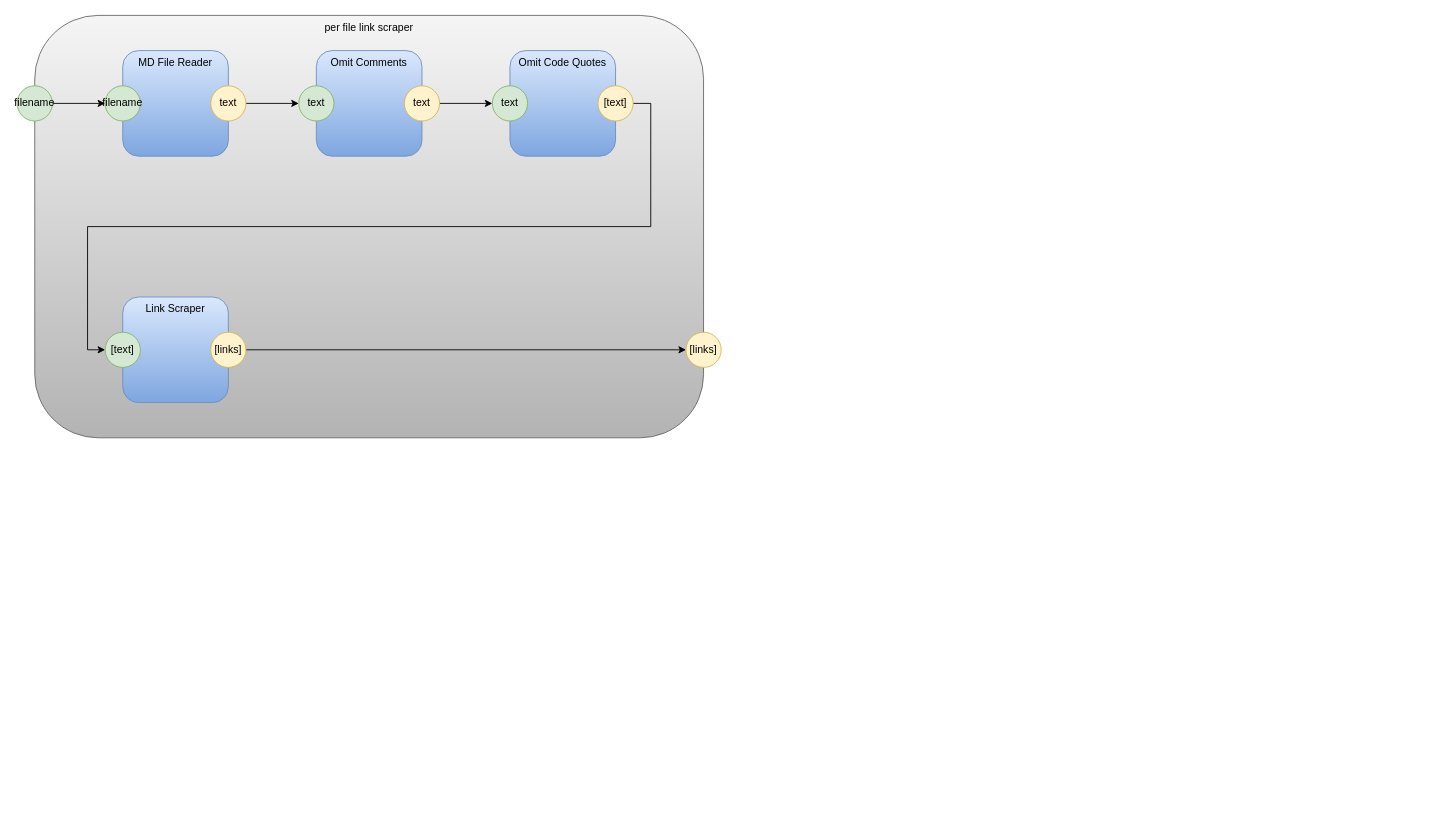
Before: poc/perfilelinkscraper.drawio in guitarvydas/pypm, a draw.io diagram. Source tidied: cells renumbered, new cells numbered last; positions are measured from the earlier drawing's top-left corner, leaving out a move shared by most shapes. Both pictures are drawn from the tidied source at 88%, with x=0, y=0 at pixel (17, 15).
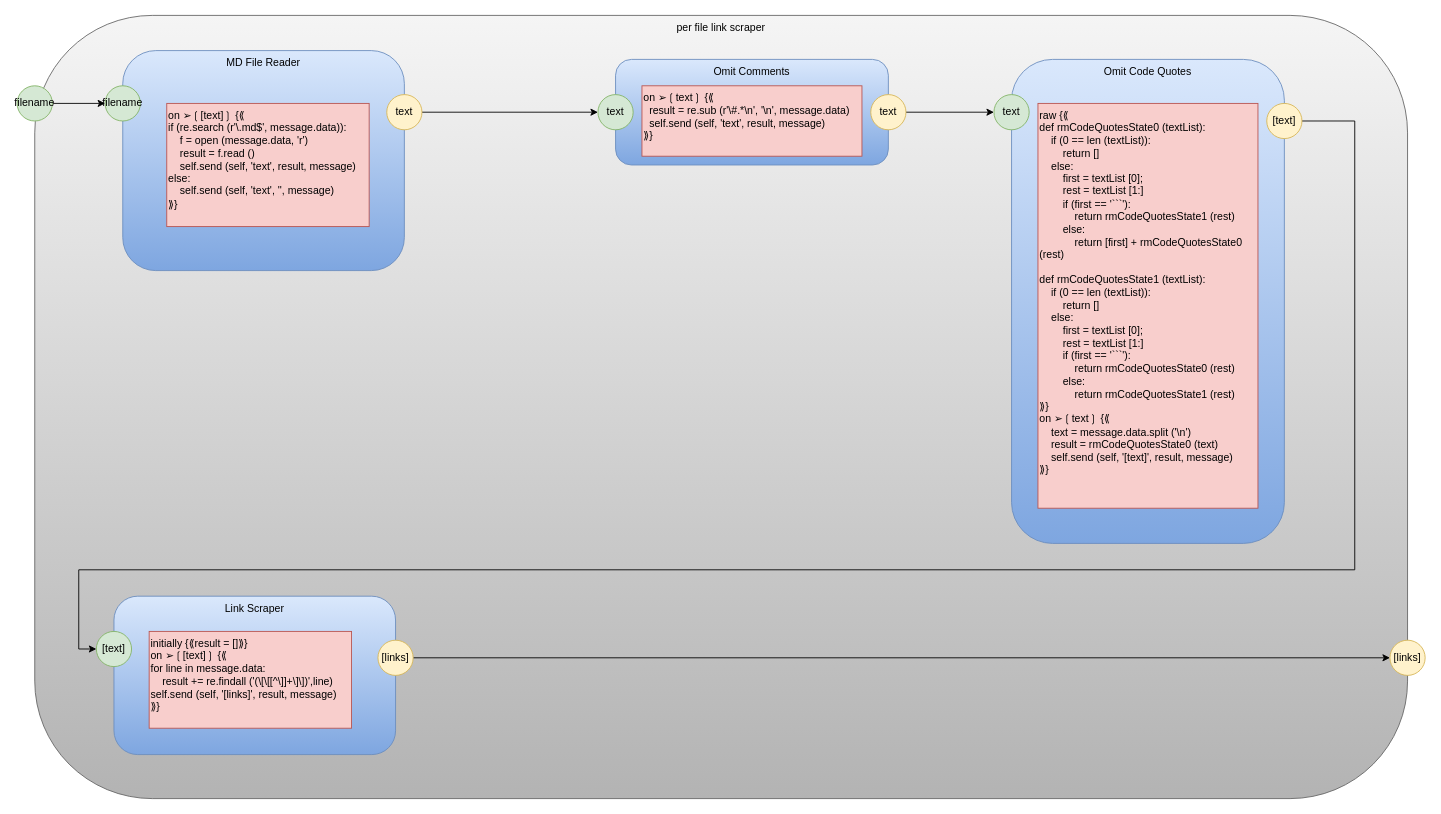
The same diagram, later.

The edit, as a diff of the source:
````diff
@@
     <mxCell id="2" value="per file link scraper" style="rounded=1;whiteSpace=wrap;html=1;horizontal=1;verticalAlign=top;fillColor=#f5f5f5;strokeColor=#666666;gradientColor=#b3b3b3;" parent="1" vertex="1">
-      <mxGeometry x="20" width="760" height="480" as="geometry" />
+      <mxGeometry x="20" width="1560" height="890" as="geometry" />
     </mxCell>
     <mxCell id="3" value="MD File Reader" style="rounded=1;whiteSpace=wrap;html=1;horizontal=1;verticalAlign=top;fillColor=#dae8fc;strokeColor=#6c8ebf;gradientColor=#7ea6e0;" parent="1" vertex="1">
-      <mxGeometry x="120" y="40" width="120" height="120" as="geometry" />
+      <mxGeometry x="120" y="40" width="320" height="250" as="geometry" />
     </mxCell>
@@
     <mxCell id="6" value="text" style="ellipse;whiteSpace=wrap;html=1;fillColor=#fff2cc;strokeColor=#d6b656;" parent="1" vertex="1">
-      <mxGeometry x="220" y="80" width="40" height="40" as="geometry" />
+      <mxGeometry x="420" y="90" width="40" height="40" as="geometry" />
     </mxCell>
     <mxCell id="7" value="Omit Code Quotes" style="rounded=1;whiteSpace=wrap;html=1;horizontal=1;verticalAlign=top;strokeColor=#6c8ebf;fillColor=#dae8fc;gradientColor=#7ea6e0;" parent="1" vertex="1">
-      <mxGeometry x="560" y="40" width="120" height="120" as="geometry" />
+      <mxGeometry x="1130" y="50" width="310" height="550" as="geometry" />
     </mxCell>
     <mxCell id="8" value="text" style="ellipse;whiteSpace=wrap;html=1;fillColor=#d5e8d4;strokeColor=#82b366;" parent="1" vertex="1">
-      <mxGeometry x="540" y="80" width="40" height="40" as="geometry" />
+      <mxGeometry x="1110" y="90" width="40" height="40" as="geometry" />
     </mxCell>
     <mxCell id="9" style="edgeStyle=orthogonalEdgeStyle;rounded=0;jettySize=auto;html=1;exitX=1;exitY=0.5;exitDx=0;exitDy=0;entryX=0;entryY=0.5;entryDx=0;entryDy=0;" parent="1" edge="1" source="10" target="19">
-      <mxGeometry relative="1" as="geometry" />
+      <mxGeometry relative="1" as="geometry">
+        <Array as="points">
+          <mxPoint x="1520" y="120" />
+          <mxPoint x="1520" y="630" />
+          <mxPoint x="70" y="630" />
+          <mxPoint x="70" y="720" />
+        </Array>
+      </mxGeometry>
     </mxCell>
     <mxCell id="10" value="[text]" style="ellipse;whiteSpace=wrap;html=1;fillColor=#fff2cc;strokeColor=#d6b656;" parent="1" vertex="1">
-      <mxGeometry x="660" y="80" width="40" height="40" as="geometry" />
+      <mxGeometry x="1420" y="100" width="40" height="40" as="geometry" />
     </mxCell>
     <mxCell id="11" value="Omit Comments" style="rounded=1;whiteSpace=wrap;html=1;horizontal=1;verticalAlign=top;gradientColor=#7ea6e0;fillColor=#dae8fc;strokeColor=#6c8ebf;" parent="1" vertex="1">
-      <mxGeometry x="340" y="40" width="120" height="120" as="geometry" />
+      <mxGeometry x="680" y="50" width="310" height="120" as="geometry" />
     </mxCell>
     <mxCell id="12" value="text" style="ellipse;whiteSpace=wrap;html=1;fillColor=#d5e8d4;strokeColor=#82b366;" parent="1" vertex="1">
-      <mxGeometry x="320" y="80" width="40" height="40" as="geometry" />
+      <mxGeometry x="660" y="90" width="40" height="40" as="geometry" />
     </mxCell>
@@
     <mxCell id="14" value="text" style="ellipse;whiteSpace=wrap;html=1;fillColor=#fff2cc;strokeColor=#d6b656;" parent="1" vertex="1">
-      <mxGeometry x="440" y="80" width="40" height="40" as="geometry" />
+      <mxGeometry x="970" y="90" width="40" height="40" as="geometry" />
     </mxCell>
@@
     <mxCell id="17" value="[links]" style="ellipse;whiteSpace=wrap;html=1;fillColor=#fff2cc;strokeColor=#d6b656;" parent="1" vertex="1">
-      <mxGeometry x="760" y="360" width="40" height="40" as="geometry" />
+      <mxGeometry x="1560" y="710" width="40" height="40" as="geometry" />
     </mxCell>
     <mxCell id="18" value="Link Scraper" style="rounded=1;whiteSpace=wrap;html=1;horizontal=1;verticalAlign=top;strokeColor=#6c8ebf;fillColor=#dae8fc;gradientColor=#7ea6e0;" parent="1" vertex="1">
-      <mxGeometry x="120" y="320" width="120" height="120" as="geometry" />
+      <mxGeometry x="110" y="660" width="320" height="180" as="geometry" />
     </mxCell>
     <mxCell id="19" value="[text]" style="ellipse;whiteSpace=wrap;html=1;fillColor=#d5e8d4;strokeColor=#82b366;" parent="1" vertex="1">
-      <mxGeometry x="100" y="360" width="40" height="40" as="geometry" />
+      <mxGeometry x="90" y="700" width="40" height="40" as="geometry" />
     </mxCell>
@@
     <mxCell id="21" value="[links]" style="ellipse;whiteSpace=wrap;html=1;fillColor=#fff2cc;strokeColor=#d6b656;" parent="1" vertex="1">
-      <mxGeometry x="220" y="360" width="40" height="40" as="geometry" />
+      <mxGeometry x="410" y="710" width="40" height="40" as="geometry" />
     </mxCell>
+    <mxCell id="22" value="&lt;div&gt;&lt;div&gt;&lt;div&gt;raw {⟪&lt;/div&gt;&lt;div&gt;def rmCodeQuotesState0 (textList):&lt;/div&gt;&lt;div&gt;&amp;nbsp; &amp;nbsp; if (0 == len (textList)):&lt;/div&gt;&lt;div&gt;&amp;nbsp; &amp;nbsp; &amp;nbsp; &amp;nbsp; return []&lt;/div&gt;&lt;div&gt;&amp;nbsp; &amp;nbsp; else:&lt;/div&gt;&lt;div&gt;&amp;nbsp; &amp;nbsp; &amp;nbsp; &amp;nbsp; first = textList [0];&lt;/div&gt;&lt;div&gt;&amp;nbsp; &amp;nbsp; &amp;nbsp; &amp;nbsp; rest = textList [1:]&lt;/div&gt;&lt;div&gt;&amp;nbsp; &amp;nbsp; &amp;nbsp; &amp;nbsp; if (first == '```'):&lt;/div&gt;&lt;div&gt;&amp;nbsp; &amp;nbsp; &amp;nbsp; &amp;nbsp; &amp;nbsp; &amp;nbsp; return rmCodeQuotesState1 (rest)&lt;/div&gt;&lt;div&gt;&amp;nbsp; &amp;nbsp; &amp;nbsp; &amp;nbsp; else:&lt;/div&gt;&lt;div&gt;&amp;nbsp; &amp;nbsp; &amp;nbsp; &amp;nbsp; &amp;nbsp; &amp;nbsp; return [first] + rmCodeQuotesState0 (rest)&lt;/div&gt;&lt;div&gt;&amp;nbsp; &amp;nbsp; &amp;nbsp; &amp;nbsp;&amp;nbsp;&lt;/div&gt;&lt;div&gt;def rmCodeQuotesState1 (textList):&lt;/div&gt;&lt;div&gt;&amp;nbsp; &amp;nbsp; if (0 == len (textList)):&lt;/div&gt;&lt;div&gt;&amp;nbsp; &amp;nbsp; &amp;nbsp; &amp;nbsp; return []&lt;/div&gt;&lt;div&gt;&amp;nbsp; &amp;nbsp; else:&lt;/div&gt;&lt;div&gt;&amp;nbsp; &amp;nbsp; &amp;nbsp; &amp;nbsp; first = textList [0];&lt;/div&gt;&lt;div&gt;&amp;nbsp; &amp;nbsp; &amp;nbsp; &amp;nbsp; rest = textList [1:]&lt;/div&gt;&lt;div&gt;&amp;nbsp; &amp;nbsp; &amp;nbsp; &amp;nbsp; if (first == '```'):&lt;/div&gt;&lt;div&gt;&amp;nbsp; &amp;nbsp; &amp;nbsp; &amp;nbsp; &amp;nbsp; &amp;nbsp; return rmCodeQuotesState0 (rest)&lt;/div&gt;&lt;div&gt;&amp;nbsp; &amp;nbsp; &amp;nbsp; &amp;nbsp; else:&lt;/div&gt;&lt;div&gt;&amp;nbsp; &amp;nbsp; &amp;nbsp; &amp;nbsp; &amp;nbsp; &amp;nbsp; return rmCodeQuotesState1 (rest)&lt;/div&gt;&lt;div&gt;⟫}&lt;/div&gt;&lt;div&gt;on ➢❲text❳ {⟪&lt;/div&gt;&lt;div&gt;&amp;nbsp; &amp;nbsp; text = message.data.split ('\n')&lt;/div&gt;&lt;div&gt;&amp;nbsp; &amp;nbsp; result = rmCodeQuotesState0 (text)&lt;/div&gt;&lt;div&gt;&amp;nbsp; &amp;nbsp; self.send (self, '[text]', result, message)&lt;/div&gt;&lt;div&gt;⟫}&lt;/div&gt;&lt;/div&gt;&lt;/div&gt;&lt;div&gt;&lt;br&gt;&lt;/div&gt;" style="rounded=0;whiteSpace=wrap;html=1;align=left;verticalAlign=top;fillColor=#f8cecc;strokeColor=#b85450;" parent="1" vertex="1">
+      <mxGeometry x="1160" y="100" width="250" height="460" as="geometry" />
+    </mxCell>
+    <mxCell id="23" value="&lt;div&gt;&lt;div&gt;on ➢❲text❳ {⟪&lt;/div&gt;&lt;div&gt;&amp;nbsp; result = re.sub (r'\#.*\n', '\n', message.data)&lt;/div&gt;&lt;div&gt;&amp;nbsp; self.send (self, 'text', result, message)&lt;/div&gt;&lt;div&gt;⟫}&lt;/div&gt;&lt;/div&gt;&lt;div&gt;&lt;br&gt;&lt;/div&gt;" style="rounded=0;whiteSpace=wrap;html=1;align=left;verticalAlign=top;fillColor=#f8cecc;strokeColor=#b85450;" parent="1" vertex="1">
+      <mxGeometry x="710" y="80" width="250" height="80" as="geometry" />
+    </mxCell>
+    <mxCell id="24" value="&lt;div&gt;&lt;div&gt;&lt;div&gt;&lt;div&gt;&lt;div&gt;&lt;div&gt;on ➢❲[text]❳ {⟪&lt;/div&gt;&lt;div&gt;if (re.search (r'\.md$', message.data)):&lt;/div&gt;&lt;div&gt;&amp;nbsp; &amp;nbsp; f = open (message.data, 'r')&lt;/div&gt;&lt;div&gt;&amp;nbsp; &amp;nbsp; result = f.read ()&lt;/div&gt;&lt;div&gt;&amp;nbsp; &amp;nbsp; self.send (self, 'text', result, message)&lt;/div&gt;&lt;div&gt;else:&lt;/div&gt;&lt;div&gt;&amp;nbsp; &amp;nbsp; self.send (self, 'text', '', message)&lt;/div&gt;&lt;div&gt;⟫}&lt;/div&gt;&lt;/div&gt;&lt;/div&gt;&lt;/div&gt;&lt;/div&gt;&lt;/div&gt;&lt;div&gt;&lt;br&gt;&lt;/div&gt;" style="rounded=0;whiteSpace=wrap;html=1;align=left;verticalAlign=top;fillColor=#f8cecc;strokeColor=#b85450;" parent="1" vertex="1">
+      <mxGeometry x="170" y="100" width="230" height="140" as="geometry" />
+    </mxCell>
+    <mxCell id="25" value="&lt;div&gt;&lt;div&gt;initially {⟪result = []⟫}&lt;/div&gt;&lt;div&gt;on ➢❲[text]❳ {⟪&lt;/div&gt;&lt;div&gt;for line in message.data:&lt;/div&gt;&lt;div&gt;&amp;nbsp; &amp;nbsp; result += re.findall ('(\[\[[^\]]+\]\])',line)&lt;/div&gt;&lt;div&gt;self.send (self, '[links]', result, message)&lt;/div&gt;&lt;div&gt;⟫}&lt;/div&gt;&lt;/div&gt;&lt;div&gt;&lt;br&gt;&lt;/div&gt;" style="rounded=0;whiteSpace=wrap;html=1;align=left;verticalAlign=top;fillColor=#f8cecc;strokeColor=#b85450;" parent="1" vertex="1">
+      <mxGeometry x="150" y="700" width="230" height="110" as="geometry" />
+    </mxCell>
````
